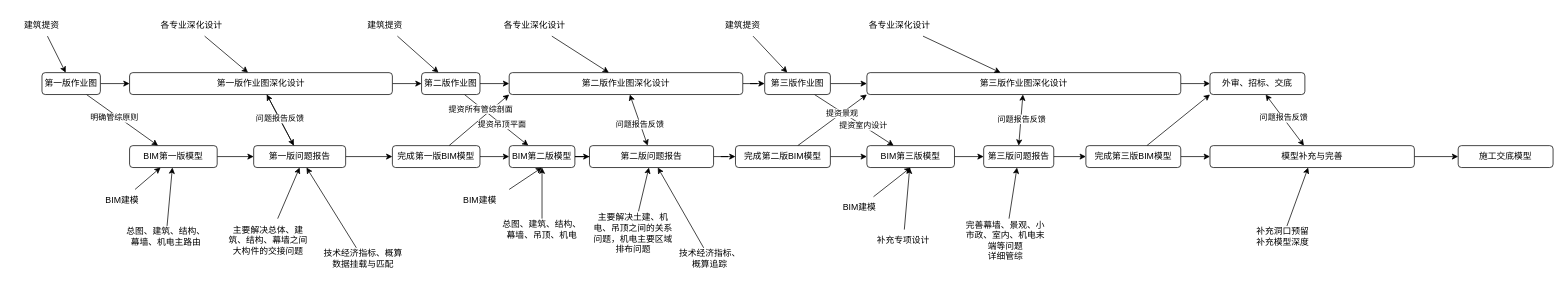
This is BIM实施流程.drawio from gaochaowyq/MinderGraph, a draw.io file, before an edit. Source tidied: cells renumbered, new cells numbered last; positions are measured from the earlier drawing's top-left corner, leaving out a move shared by most shapes. Both pictures are drawn from the tidied source at 73%, with x=0, y=0 at pixel (12, 14).
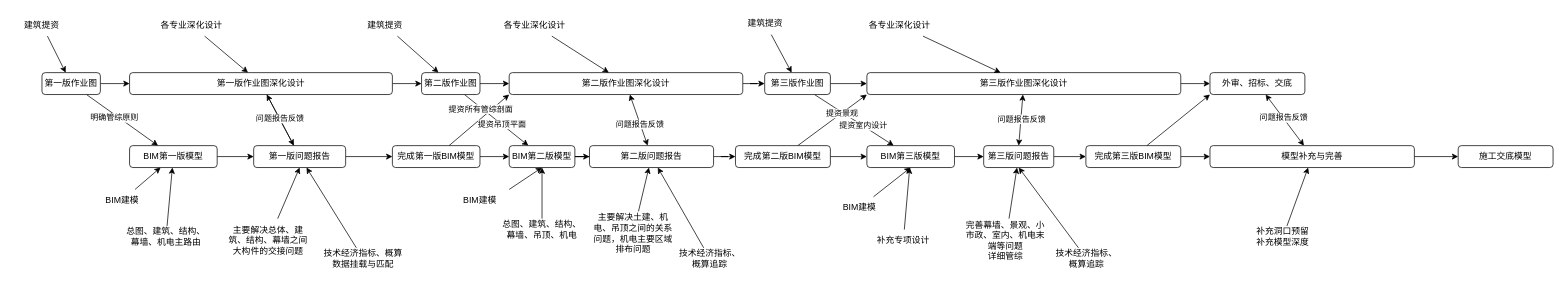
The same page after the edit.

Commit message:
更新BIM实施流程.drawio

The change refers to these unchanged cells:
```xml
<mxCell id="62" value="第三版问题报告" style="rounded=1;whiteSpace=wrap;html=1;" parent="1" vertex="1">
  <mxGeometry x="1330" y="180" width="96" height="30" as="geometry" />
</mxCell>
```

Diff of the diagram source:
```diff
@@
     <mxCell id="52" value="建筑提资" style="text;html=1;whiteSpace=wrap;strokeColor=none;fillColor=none;align=center;verticalAlign=middle;rounded=0;" parent="1" vertex="1">
-      <mxGeometry x="960" width="80" height="30" as="geometry" />
+      <mxGeometry x="991" y="-2" width="80" height="30" as="geometry" />
     </mxCell>
@@
+    <mxCell id="92" style="rounded=0;jettySize=auto;html=1;entryX=0.5;entryY=1;entryDx=0;entryDy=0;" parent="1" edge="1" source="93" target="62">
+      <mxGeometry relative="1" as="geometry" />
+    </mxCell>
+    <mxCell id="93" value="技术经济指标、概算追踪" style="text;html=1;whiteSpace=wrap;strokeColor=none;fillColor=none;align=center;verticalAlign=middle;rounded=0;" parent="1" vertex="1">
+      <mxGeometry x="1426" y="320" width="90" height="30" as="geometry" />
+    </mxCell>
```
